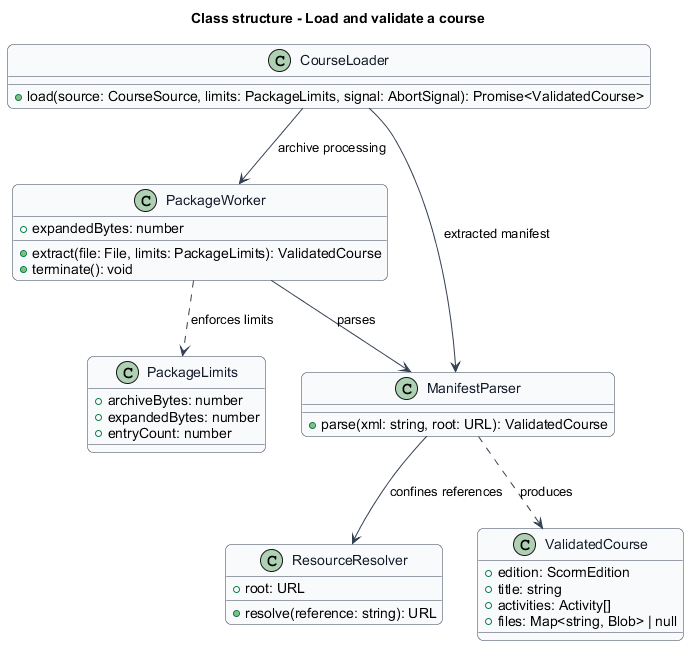
This is docs/detailed-designs/scorm-player/load-course/diagrams/class-structure.png from QuinntyneBrown/Tessera, a PlantUML export, as it was before one commit.
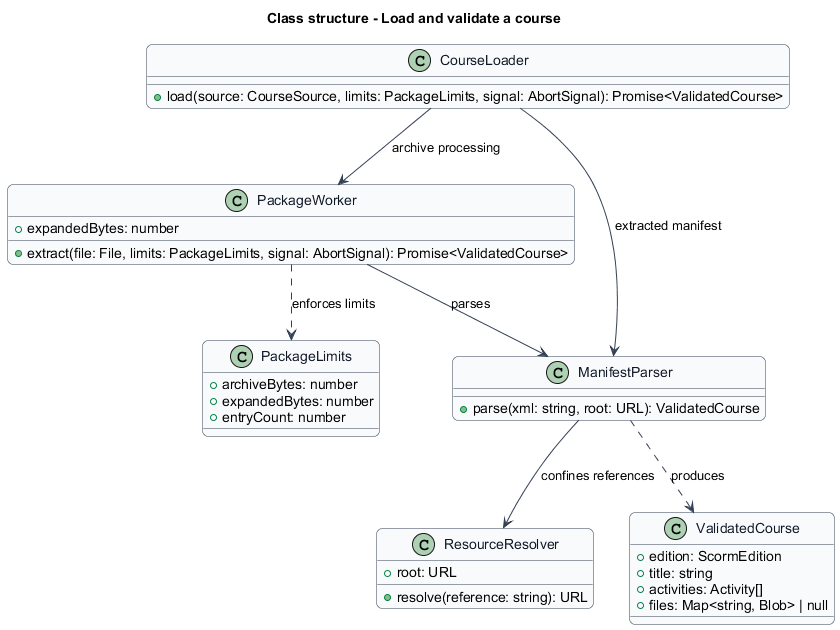
Above is the later version.

What changed in the source:
```diff
@@ -24,8 +24,7 @@
 }
 class PackageWorker {
   +expandedBytes: number
-  +extract(file: File, limits: PackageLimits): ValidatedCourse
-  +terminate(): void
+  +extract(file: File, limits: PackageLimits, signal: AbortSignal): Promise<ValidatedCourse>
 }
 class ManifestParser {
   +parse(xml: string, root: URL): ValidatedCourse
```
